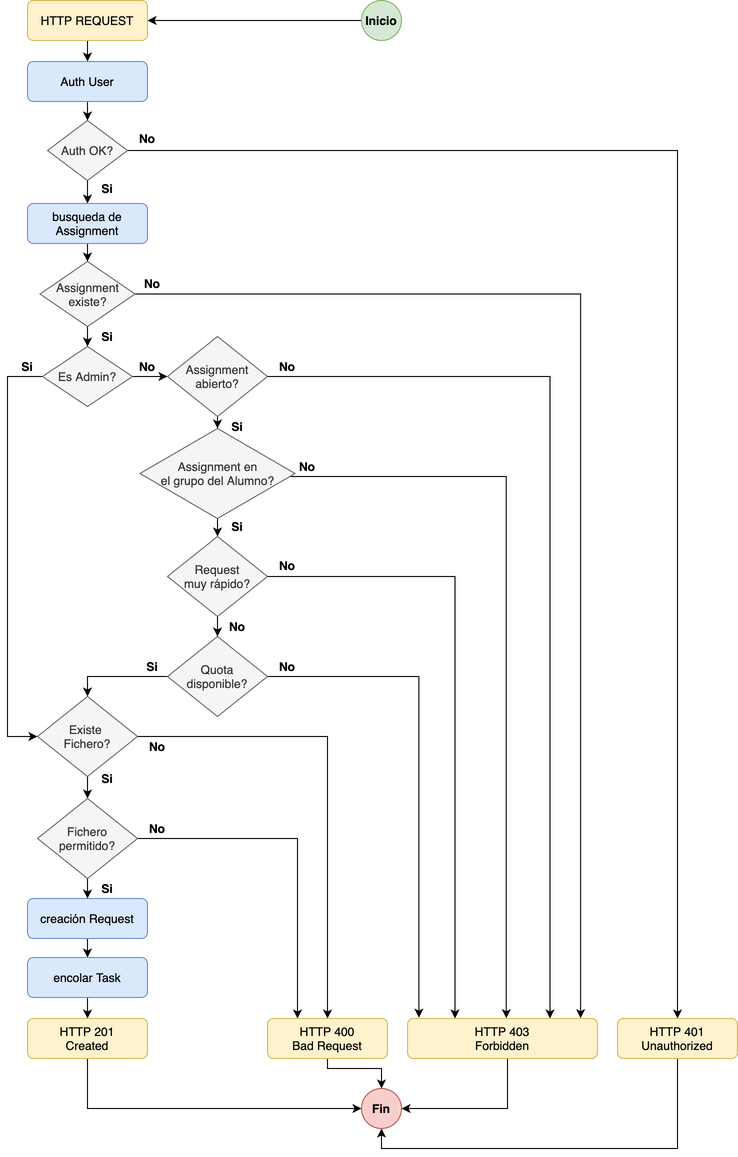
nimar3/tfg keeps this draw.io diagram as img/request-flowchart.png. Above is the earlier version. Source tidied: cells renumbered, new cells last; positions are measured from the earlier drawing's top-left corner, leaving out a move shared by most shapes.
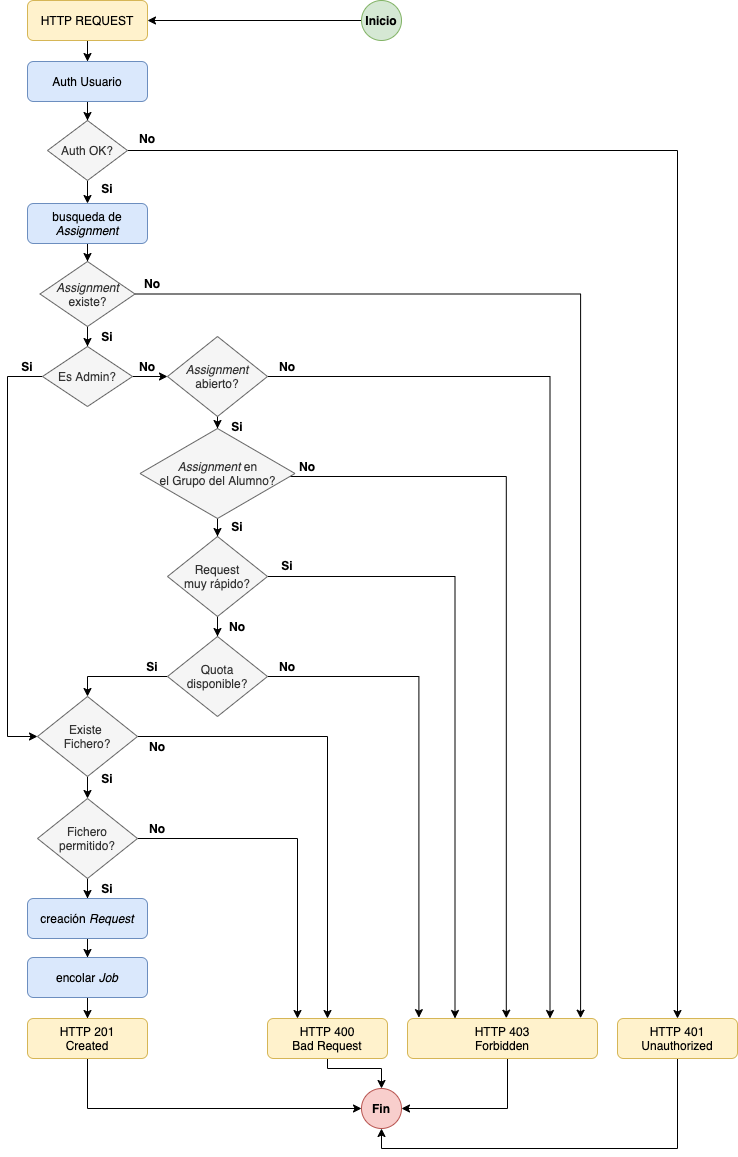
After the commit.

The edit, as a diff of the source:
```diff
@@ -11,7 +11,7 @@
     <mxCell id="4" style="edgeStyle=orthogonalEdgeStyle;rounded=0;jettySize=auto;html=1;" parent="1" edge="1" source="5" target="8">
       <mxGeometry relative="1" as="geometry" />
     </mxCell>
-    <mxCell id="5" value="Auth User" style="rounded=1;whiteSpace=wrap;html=1;fillColor=#dae8fc;strokeColor=#6c8ebf;" parent="1" vertex="1">
+    <mxCell id="5" value="Auth Usuario" style="rounded=1;whiteSpace=wrap;html=1;fillColor=#dae8fc;strokeColor=#6c8ebf;" parent="1" vertex="1">
       <mxGeometry x="20" y="61" width="120" height="40" as="geometry" />
     </mxCell>
     <mxCell id="6" style="edgeStyle=orthogonalEdgeStyle;rounded=0;jettySize=auto;html=1;" parent="1" edge="1" source="8" target="10">
@@ -26,7 +26,7 @@
     <mxCell id="9" style="edgeStyle=orthogonalEdgeStyle;rounded=0;jettySize=auto;html=1;" parent="1" edge="1" source="10" target="13">
       <mxGeometry relative="1" as="geometry" />
     </mxCell>
-    <mxCell id="10" value="busqueda de Assignment" style="rounded=1;whiteSpace=wrap;html=1;fillColor=#dae8fc;strokeColor=#6c8ebf;" parent="1" vertex="1">
+    <mxCell id="10" value="busqueda de &lt;i&gt;Assignment&lt;/i&gt;" style="rounded=1;whiteSpace=wrap;html=1;fillColor=#dae8fc;strokeColor=#6c8ebf;" parent="1" vertex="1">
       <mxGeometry x="20" y="203" width="120" height="40" as="geometry" />
     </mxCell>
     <mxCell id="11" style="edgeStyle=orthogonalEdgeStyle;rounded=0;jettySize=auto;html=1;" parent="1" edge="1" source="13" target="16">
@@ -39,7 +39,7 @@
         </Array>
       </mxGeometry>
     </mxCell>
-    <mxCell id="13" value="Assignment&lt;br&gt;existe?" style="rhombus;whiteSpace=wrap;html=1;fillColor=#f5f5f5;strokeColor=#666666;fontColor=#333333;" parent="1" vertex="1">
+    <mxCell id="13" value="&lt;i&gt;Assignment&lt;br&gt;&lt;/i&gt;existe?" style="rhombus;whiteSpace=wrap;html=1;fillColor=#f5f5f5;strokeColor=#666666;fontColor=#333333;" parent="1" vertex="1">
       <mxGeometry x="32.5" y="261" width="95" height="65" as="geometry" />
     </mxCell>
     <mxCell id="14" style="edgeStyle=orthogonalEdgeStyle;rounded=0;jettySize=auto;html=1;" parent="1" edge="1" source="16" target="25">
@@ -84,7 +84,7 @@
     <mxCell id="24" style="edgeStyle=orthogonalEdgeStyle;rounded=0;jettySize=auto;html=1;entryX=0.75;entryY=0;entryDx=0;entryDy=0;" parent="1" edge="1" source="25" target="50">
       <mxGeometry relative="1" as="geometry" />
     </mxCell>
-    <mxCell id="25" value="Assignment&lt;br&gt;abierto?" style="rhombus;whiteSpace=wrap;html=1;fillColor=#f5f5f5;strokeColor=#666666;fontColor=#333333;" parent="1" vertex="1">
+    <mxCell id="25" value="&lt;i&gt;Assignment&lt;/i&gt;&lt;br&gt;abierto?" style="rhombus;whiteSpace=wrap;html=1;fillColor=#f5f5f5;strokeColor=#666666;fontColor=#333333;" parent="1" vertex="1">
       <mxGeometry x="160" y="336" width="100" height="80" as="geometry" />
     </mxCell>
     <mxCell id="26" style="edgeStyle=orthogonalEdgeStyle;rounded=0;jettySize=auto;html=1;" parent="1" edge="1" source="28" target="31">
@@ -97,7 +97,7 @@
         </Array>
       </mxGeometry>
     </mxCell>
-    <mxCell id="28" value="Assignment en&lt;br&gt;el grupo del Alumno?" style="rhombus;whiteSpace=wrap;html=1;fillColor=#f5f5f5;strokeColor=#666666;fontColor=#333333;" parent="1" vertex="1">
+    <mxCell id="28" value="&lt;i&gt;Assignment&lt;/i&gt; en&lt;br&gt;el Grupo del Alumno?" style="rhombus;whiteSpace=wrap;html=1;fillColor=#f5f5f5;strokeColor=#666666;fontColor=#333333;" parent="1" vertex="1">
       <mxGeometry x="132.5" y="428" width="155" height="90" as="geometry" />
     </mxCell>
     <mxCell id="29" style="edgeStyle=orthogonalEdgeStyle;rounded=0;jettySize=auto;html=1;" parent="1" edge="1" source="31" target="34">
@@ -126,13 +126,13 @@
     <mxCell id="35" style="edgeStyle=orthogonalEdgeStyle;rounded=0;jettySize=auto;html=1;" parent="1" edge="1" source="36" target="38">
       <mxGeometry relative="1" as="geometry" />
     </mxCell>
-    <mxCell id="36" value="creación Request" style="rounded=1;whiteSpace=wrap;html=1;fillColor=#dae8fc;strokeColor=#6c8ebf;" parent="1" vertex="1">
+    <mxCell id="36" value="creación &lt;i&gt;Request&lt;/i&gt;" style="rounded=1;whiteSpace=wrap;html=1;fillColor=#dae8fc;strokeColor=#6c8ebf;" parent="1" vertex="1">
       <mxGeometry x="20" y="898" width="120" height="40" as="geometry" />
     </mxCell>
     <mxCell id="37" style="edgeStyle=orthogonalEdgeStyle;rounded=0;jettySize=auto;html=1;" parent="1" edge="1" source="38" target="40">
       <mxGeometry relative="1" as="geometry" />
     </mxCell>
-    <mxCell id="38" value="encolar Task" style="rounded=1;whiteSpace=wrap;html=1;fillColor=#dae8fc;strokeColor=#6c8ebf;" parent="1" vertex="1">
+    <mxCell id="38" value="encolar &lt;i&gt;Job&lt;/i&gt;" style="rounded=1;whiteSpace=wrap;html=1;fillColor=#dae8fc;strokeColor=#6c8ebf;" parent="1" vertex="1">
       <mxGeometry x="20" y="957" width="120" height="40" as="geometry" />
     </mxCell>
     <mxCell id="39" style="edgeStyle=orthogonalEdgeStyle;rounded=0;jettySize=auto;html=1;" parent="1" edge="1" source="40" target="41">
@@ -234,7 +234,7 @@
     <mxCell id="65" value="&lt;b&gt;No&lt;/b&gt;" style="text;html=1;strokeColor=none;fillColor=none;align=center;verticalAlign=middle;whiteSpace=wrap;rounded=0;" parent="1" vertex="1">
       <mxGeometry x="280" y="456" width="40" height="20" as="geometry" />
     </mxCell>
-    <mxCell id="66" value="&lt;b&gt;No&lt;/b&gt;" style="text;html=1;strokeColor=none;fillColor=none;align=center;verticalAlign=middle;whiteSpace=wrap;rounded=0;" parent="1" vertex="1">
+    <mxCell id="66" value="&lt;b&gt;Si&lt;/b&gt;" style="text;html=1;strokeColor=none;fillColor=none;align=center;verticalAlign=middle;whiteSpace=wrap;rounded=0;" parent="1" vertex="1">
       <mxGeometry x="260" y="555" width="40" height="20" as="geometry" />
     </mxCell>
     <mxCell id="67" value="&lt;b&gt;No&lt;/b&gt;" style="text;html=1;strokeColor=none;fillColor=none;align=center;verticalAlign=middle;whiteSpace=wrap;rounded=0;" parent="1" vertex="1">
```
